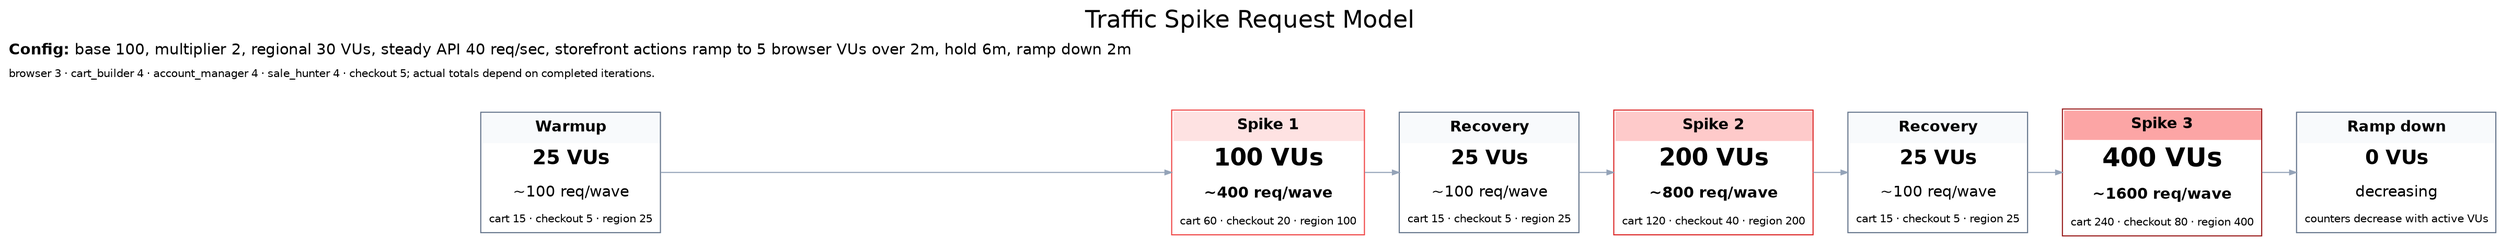
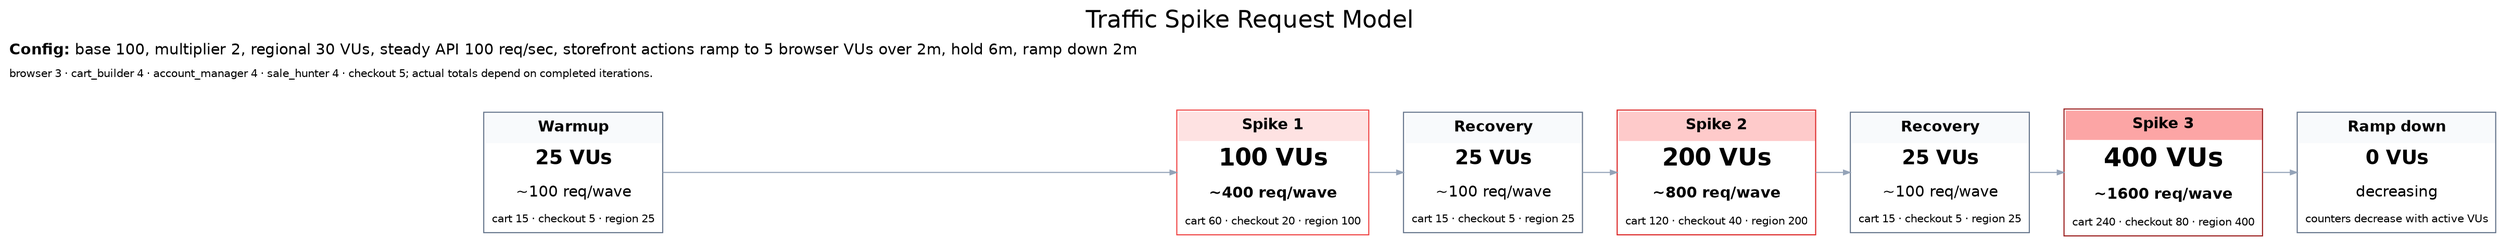
digraph traffic_spike_request_cards {
  graph [rankdir=LR, labelloc=t, label="Traffic Spike Request Model", fontsize=22, fontname="Helvetica", nodesep=0.35, ranksep=0.45, splines=ortho];
  node [shape=plain, fontname="Helvetica"];
  edge [color="#94a3b8", arrowsize=0.6];

  warmup [label=<
    <TABLE BORDER="1" CELLBORDER="0" CELLSPACING="0" CELLPADDING="6" COLOR="#64748b"><TR><TD BGCOLOR="#f8fafc"><B>Warmup</B></TD></TR><TR><TD><FONT POINT-SIZE="18"><B>25 VUs</B></FONT></TD></TR><TR><TD>~100 req/wave</TD></TR><TR><TD><FONT POINT-SIZE="10">cart 15 · checkout 5 · region 25</FONT></TD></TR></TABLE>
  >];
  spike1 [label=<
    <TABLE BORDER="1" CELLBORDER="0" CELLSPACING="0" CELLPADDING="6" COLOR="#ef4444"><TR><TD BGCOLOR="#fee2e2"><B>Spike 1</B></TD></TR><TR><TD><FONT POINT-SIZE="22"><B>100 VUs</B></FONT></TD></TR><TR><TD><B>~400 req/wave</B></TD></TR><TR><TD><FONT POINT-SIZE="10">cart 60 · checkout 20 · region 100</FONT></TD></TR></TABLE>
  >];
  recovery1 [label=<
    <TABLE BORDER="1" CELLBORDER="0" CELLSPACING="0" CELLPADDING="6" COLOR="#64748b"><TR><TD BGCOLOR="#f8fafc"><B>Recovery</B></TD></TR><TR><TD><FONT POINT-SIZE="18"><B>25 VUs</B></FONT></TD></TR><TR><TD>~100 req/wave</TD></TR><TR><TD><FONT POINT-SIZE="10">cart 15 · checkout 5 · region 25</FONT></TD></TR></TABLE>
  >];
  spike2 [label=<
    <TABLE BORDER="1" CELLBORDER="0" CELLSPACING="0" CELLPADDING="6" COLOR="#dc2626"><TR><TD BGCOLOR="#fecaca"><B>Spike 2</B></TD></TR><TR><TD><FONT POINT-SIZE="22"><B>200 VUs</B></FONT></TD></TR><TR><TD><B>~800 req/wave</B></TD></TR><TR><TD><FONT POINT-SIZE="10">cart 120 · checkout 40 · region 200</FONT></TD></TR></TABLE>
  >];
  recovery2 [label=<
    <TABLE BORDER="1" CELLBORDER="0" CELLSPACING="0" CELLPADDING="6" COLOR="#64748b"><TR><TD BGCOLOR="#f8fafc"><B>Recovery</B></TD></TR><TR><TD><FONT POINT-SIZE="18"><B>25 VUs</B></FONT></TD></TR><TR><TD>~100 req/wave</TD></TR><TR><TD><FONT POINT-SIZE="10">cart 15 · checkout 5 · region 25</FONT></TD></TR></TABLE>
  >];
  spike3 [label=<
    <TABLE BORDER="1" CELLBORDER="0" CELLSPACING="0" CELLPADDING="6" COLOR="#991b1b"><TR><TD BGCOLOR="#fca5a5"><B>Spike 3</B></TD></TR><TR><TD><FONT POINT-SIZE="24"><B>400 VUs</B></FONT></TD></TR><TR><TD><B>~1600 req/wave</B></TD></TR><TR><TD><FONT POINT-SIZE="10">cart 240 · checkout 80 · region 400</FONT></TD></TR></TABLE>
  >];
  rampdown [label=<
    <TABLE BORDER="1" CELLBORDER="0" CELLSPACING="0" CELLPADDING="6" COLOR="#64748b"><TR><TD BGCOLOR="#f8fafc"><B>Ramp down</B></TD></TR><TR><TD><FONT POINT-SIZE="18"><B>0 VUs</B></FONT></TD></TR><TR><TD>decreasing</TD></TR><TR><TD><FONT POINT-SIZE="10">counters decrease with active VUs</FONT></TD></TR></TABLE>
  >];
  legend [label=<
-     <TABLE BORDER="0" CELLBORDER="0" CELLSPACING="0" CELLPADDING="4"><TR><TD ALIGN="LEFT"><B>Config:</B> base 100, multiplier 2, regional 30 VUs, steady API 40 req/sec, storefront actions ramp to 5 browser VUs over 2m, hold 6m, ramp down 2m</TD></TR><TR><TD ALIGN="LEFT"><FONT POINT-SIZE="10">browser 3 · cart_builder 4 · account_manager 4 · sale_hunter 4 · checkout 5; actual totals depend on completed iterations.</FONT></TD></TR></TABLE>
+     <TABLE BORDER="0" CELLBORDER="0" CELLSPACING="0" CELLPADDING="4"><TR><TD ALIGN="LEFT"><B>Config:</B> base 100, multiplier 2, regional 30 VUs, steady API 100 req/sec, storefront actions ramp to 5 browser VUs over 2m, hold 6m, ramp down 2m</TD></TR><TR><TD ALIGN="LEFT"><FONT POINT-SIZE="10">browser 3 · cart_builder 4 · account_manager 4 · sale_hunter 4 · checkout 5; actual totals depend on completed iterations.</FONT></TD></TR></TABLE>
  >];

  warmup -> spike1 -> recovery1 -> spike2 -> recovery2 -> spike3 -> rampdown;
  { rank=same; legend }
}
